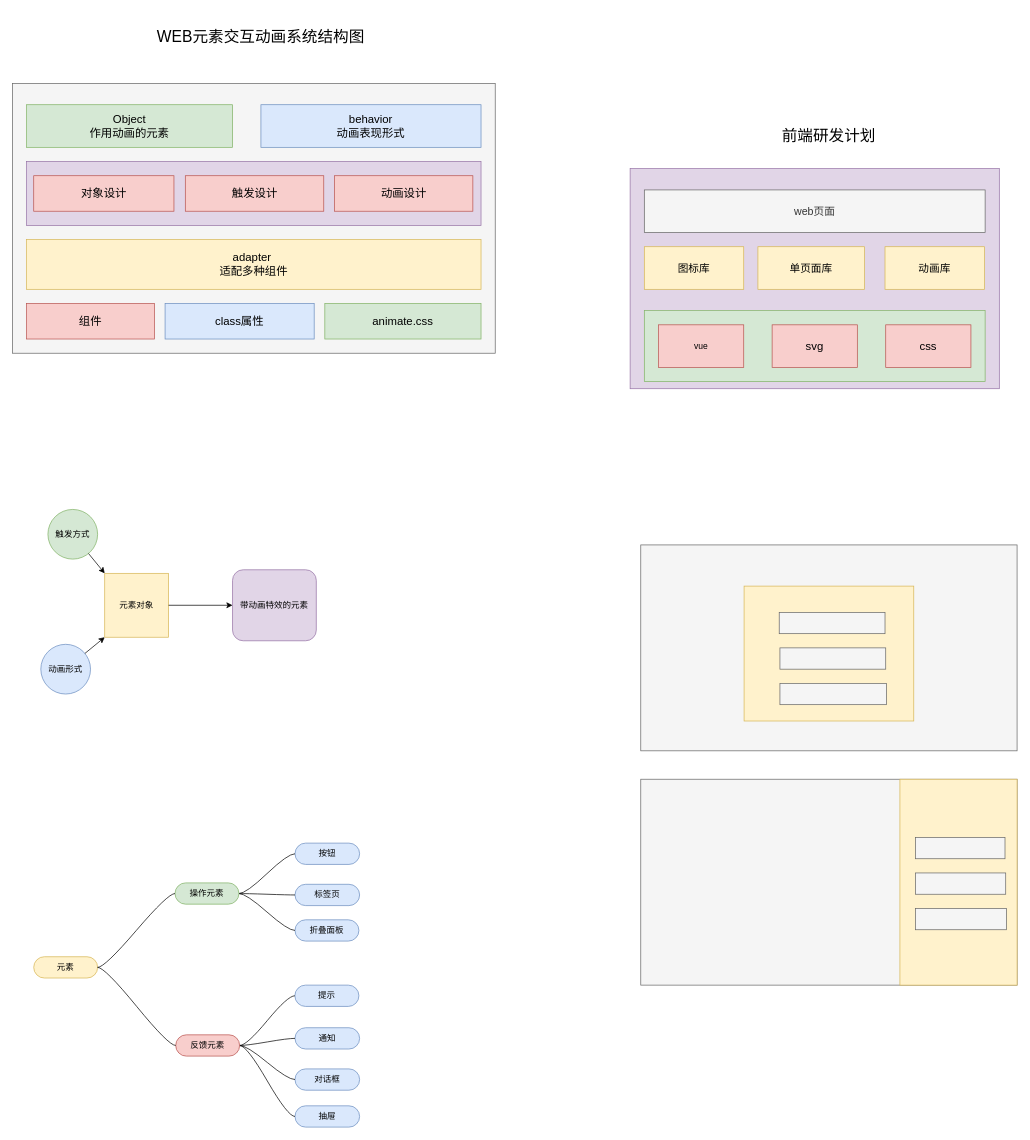
Earlier version of the draw.io diagram WEB元素交互动画系统设计.drawio (meterXu/drawiofile). Source tidied: cells renumbered, new cells numbered last; positions are measured from the earlier drawing's top-left corner, leaving out a move shared by most shapes. Both pictures are drawn from the tidied source at 71%, with x=0, y=0 at pixel (12, 12).
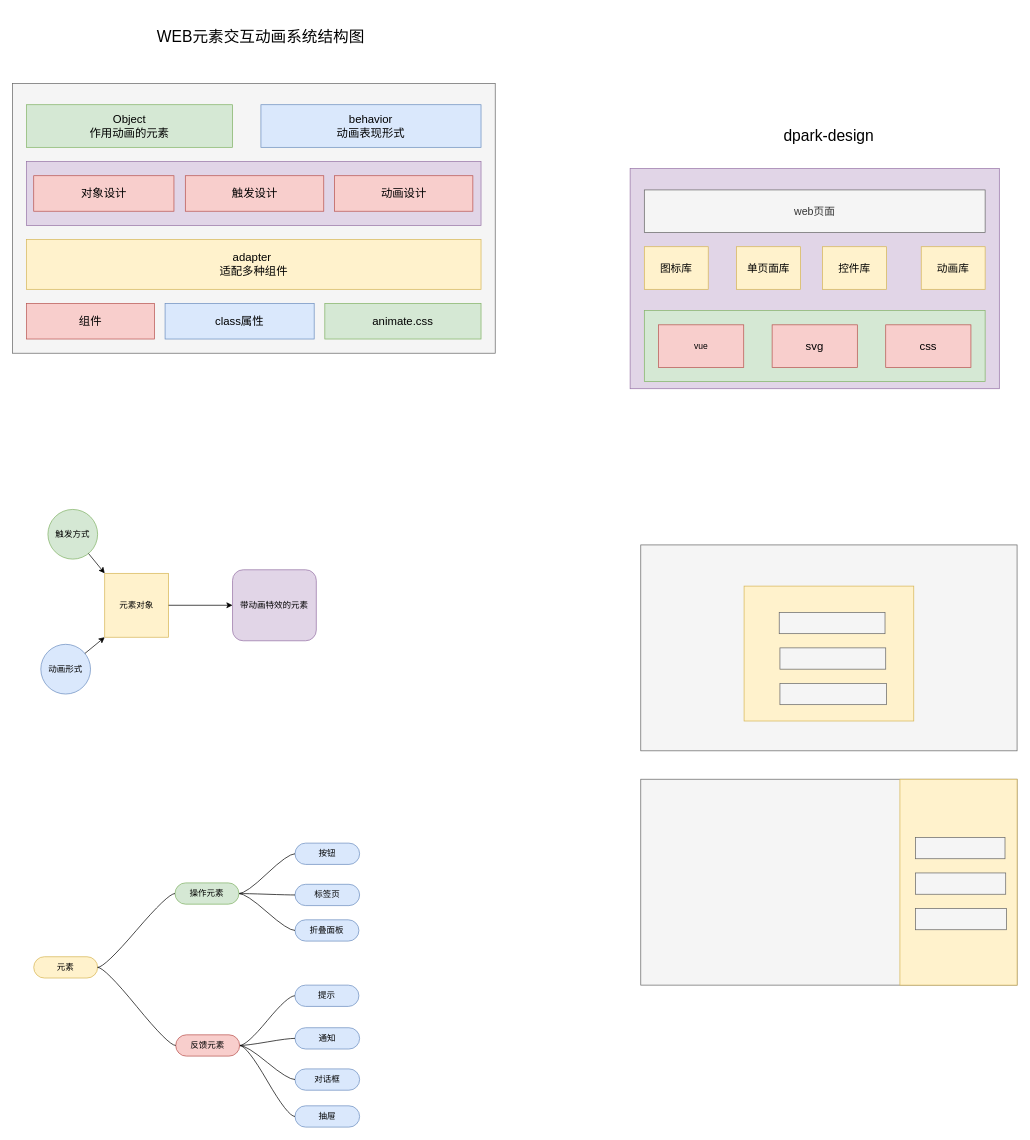
The same page after the edit.

Commit message:
Update WEB元素交互动画系统设计.drawio

Change to the diagram source:
```diff
@@
-    <mxCell id="41" value="&lt;font style=&quot;font-size: 22px&quot;&gt;前端研发计划&lt;/font&gt;" style="text;html=1;strokeColor=none;fillColor=none;align=center;verticalAlign=middle;whiteSpace=wrap;rounded=0;" parent="1" vertex="1">
+    <mxCell id="41" value="&lt;font style=&quot;font-size: 22px&quot;&gt;dpark-design&lt;/font&gt;" style="text;html=1;strokeColor=none;fillColor=none;align=center;verticalAlign=middle;whiteSpace=wrap;rounded=0;" parent="1" vertex="1">
       <mxGeometry x="980" y="140" width="340" height="70" as="geometry" />
     </mxCell>
     <mxCell id="42" value="&lt;font style=&quot;font-size: 15px&quot;&gt;图标库&lt;/font&gt;" style="rounded=0;whiteSpace=wrap;html=1;fillColor=#fff2cc;strokeColor=#d6b656;" parent="1" vertex="1">
-      <mxGeometry x="890" y="330" width="140" height="60" as="geometry" />
+      <mxGeometry x="890" y="330" width="90" height="60" as="geometry" />
     </mxCell>
     <mxCell id="43" value="&lt;font style=&quot;font-size: 15px&quot;&gt;单页面库&lt;/font&gt;" style="rounded=0;whiteSpace=wrap;html=1;fillColor=#fff2cc;strokeColor=#d6b656;" parent="1" vertex="1">
-      <mxGeometry x="1050" y="330" width="150" height="60" as="geometry" />
+      <mxGeometry x="1020" y="330" width="90" height="60" as="geometry" />
     </mxCell>
@@
     <mxCell id="59" value="&lt;span style=&quot;font-size: 15px&quot;&gt;动画库&lt;/span&gt;" style="rounded=0;whiteSpace=wrap;html=1;fillColor=#fff2cc;strokeColor=#d6b656;" parent="1" vertex="1">
-      <mxGeometry x="1229" y="330" width="140" height="60" as="geometry" />
+      <mxGeometry x="1280" y="330" width="90" height="60" as="geometry" />
     </mxCell>
+    <mxCell id="60" value="&lt;font style=&quot;font-size: 15px&quot;&gt;控件库&lt;/font&gt;" style="rounded=0;whiteSpace=wrap;html=1;fillColor=#fff2cc;strokeColor=#d6b656;" parent="1" vertex="1">
+      <mxGeometry x="1141" y="330" width="90" height="60" as="geometry" />
+    </mxCell>
```
